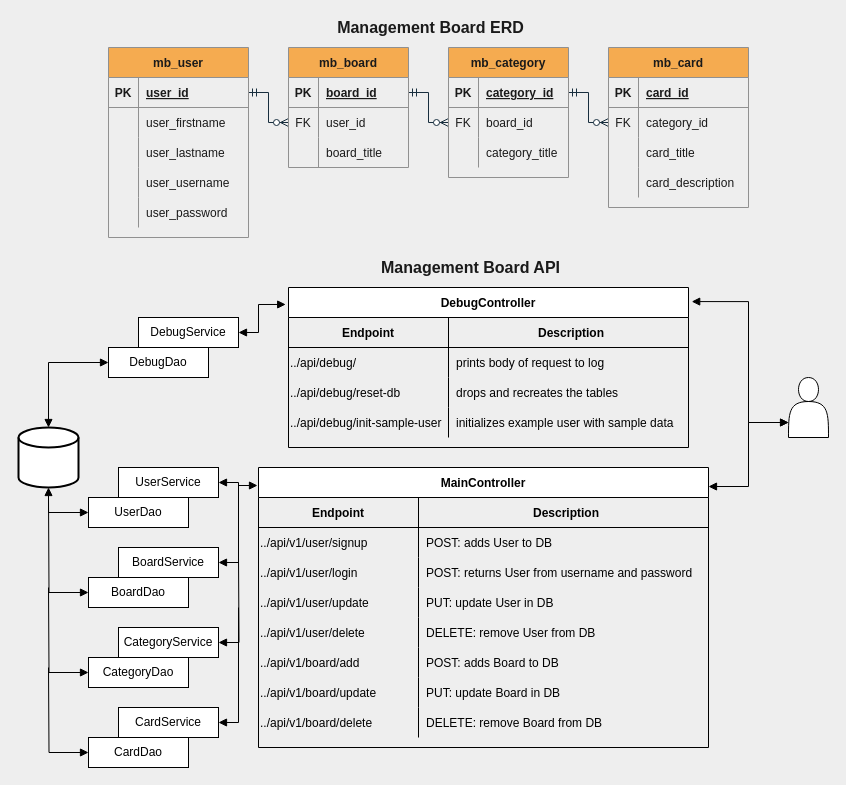
Earlier version of the draw.io diagram ManagementBoardBack/src/main/resources/db/erd.drawio (mjmbuilds/StagingManagementBoardProject). Source tidied: cells renumbered, new cells numbered last; positions are measured from the earlier drawing's top-left corner, leaving out a move shared by most shapes. Both pictures are drawn from the tidied source at 100%, with x=0, y=0 at pixel (18, 17).
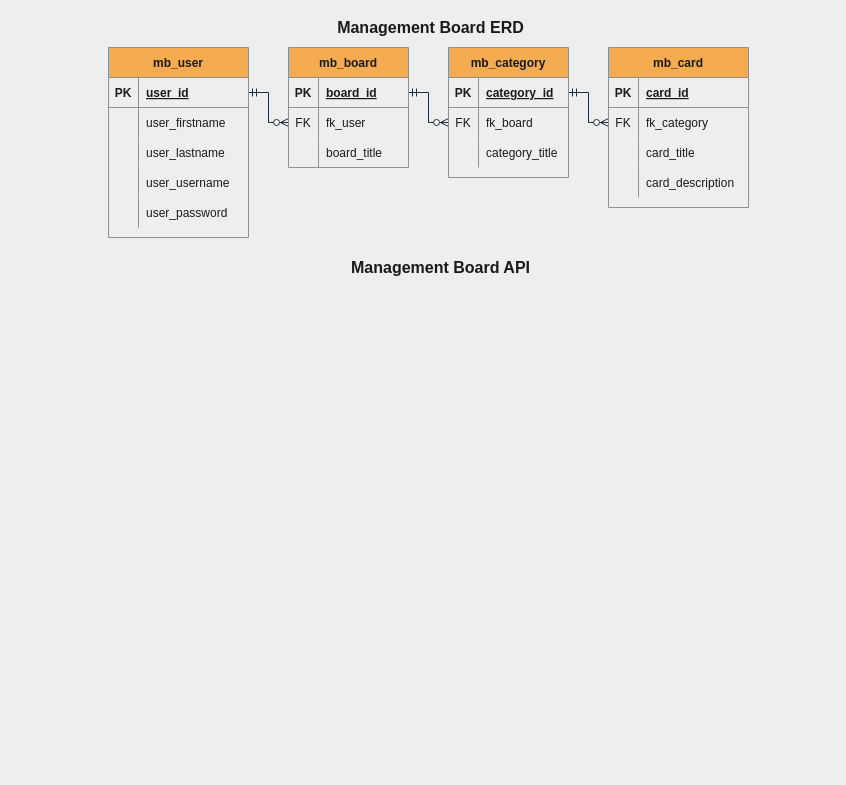
After the change.

The change refers to these unchanged cells:
```xml
<mxCell id="29" style="shape=partialRectangle;fillColor=none;top=0;left=0;bottom=0;right=0;points=[[0,0.5],[1,0.5]];portConstraint=eastwest;strokeColor=#909090;fontColor=#1A1A1A;" parent="25" vertex="1">
  <mxGeometry y="60" width="120" height="30" as="geometry" />
</mxCell>
<mxCell id="39" style="shape=partialRectangle;fillColor=none;top=0;left=0;bottom=0;right=0;points=[[0,0.5],[1,0.5]];portConstraint=eastwest;strokeColor=#909090;fontColor=#1A1A1A;" parent="35" vertex="1">
  <mxGeometry y="60" width="120" height="30" as="geometry" />
</mxCell>
<mxCell id="49" style="shape=partialRectangle;fillColor=none;top=0;left=0;bottom=0;right=0;points=[[0,0.5],[1,0.5]];portConstraint=eastwest;strokeColor=#909090;fontColor=#1A1A1A;" parent="45" vertex="1">
  <mxGeometry y="60" width="140" height="30" as="geometry" />
</mxCell>
```

Change to the diagram source:
```diff
@@
     <mxCell id="6" value="&lt;b&gt;&lt;font style=&quot;font-size: 16px&quot;&gt;Management Board API&lt;/font&gt;&lt;/b&gt;" style="text;html=1;strokeColor=none;fillColor=none;align=center;verticalAlign=middle;whiteSpace=wrap;rounded=0;sketch=0;fontColor=#1A1A1A;" parent="1" vertex="1">
-      <mxGeometry x="340" y="240" width="225" height="20" as="geometry" />
+      <mxGeometry x="310" y="240" width="225" height="20" as="geometry" />
     </mxCell>
-    <mxCell id="7" style="strokeWidth=2;html=1;shape=mxgraph.flowchart.database;whiteSpace=wrap;align=left;" parent="1" vertex="1">
-      <mxGeometry y="410" width="60" height="60" as="geometry" />
-    </mxCell>
-    <mxCell id="8" style="shape=actor;whiteSpace=wrap;html=1;align=left;" parent="1" vertex="1">
-      <mxGeometry x="770" y="360" width="40" height="60" as="geometry" />
-    </mxCell>
@@
-    <mxCell id="31" value="user_id" style="shape=partialRectangle;fillColor=none;top=0;left=0;bottom=0;right=0;align=left;spacingLeft=6;overflow=hidden;strokeColor=#909090;fontColor=#1A1A1A;" parent="29" vertex="1">
+    <mxCell id="31" value="fk_user" style="shape=partialRectangle;fillColor=none;top=0;left=0;bottom=0;right=0;align=left;spacingLeft=6;overflow=hidden;strokeColor=#909090;fontColor=#1A1A1A;" parent="29" vertex="1">
       <mxGeometry x="30" width="90" height="30" as="geometry" />
     </mxCell>
@@
-    <mxCell id="41" value="board_id" style="shape=partialRectangle;fillColor=none;top=0;left=0;bottom=0;right=0;align=left;spacingLeft=6;overflow=hidden;strokeColor=#909090;fontColor=#1A1A1A;" parent="39" vertex="1">
+    <mxCell id="41" value="fk_board" style="shape=partialRectangle;fillColor=none;top=0;left=0;bottom=0;right=0;align=left;spacingLeft=6;overflow=hidden;strokeColor=#909090;fontColor=#1A1A1A;" parent="39" vertex="1">
       <mxGeometry x="30" width="90" height="30" as="geometry" />
     </mxCell>
@@
-    <mxCell id="51" value="category_id" style="shape=partialRectangle;fillColor=none;top=0;left=0;bottom=0;right=0;align=left;spacingLeft=6;overflow=hidden;strokeColor=#909090;fontColor=#1A1A1A;" parent="49" vertex="1">
+    <mxCell id="51" value="fk_category" style="shape=partialRectangle;fillColor=none;top=0;left=0;bottom=0;right=0;align=left;spacingLeft=6;overflow=hidden;strokeColor=#909090;fontColor=#1A1A1A;" parent="49" vertex="1">
       <mxGeometry x="30" width="110" height="30" as="geometry" />
     </mxCell>
@@
-    <mxCell id="58" value="MainController" style="shape=table;startSize=30;childLayout=tableLayout;rowLines=0;fontStyle=1;align=center;" parent="1" vertex="1">
-      <mxGeometry x="240" y="450" width="450" height="280" as="geometry" />
-    </mxCell>
-    <mxCell id="59" style="shape=partialRectangle;fillColor=none;top=0;left=0;bottom=1;right=0;" parent="58" vertex="1">
-      <mxGeometry y="30" width="450" height="30" as="geometry" />
-    </mxCell>
-    <mxCell id="60" value="Endpoint" style="shape=partialRectangle;fillColor=none;top=0;left=0;bottom=0;right=0;fontStyle=1;overflow=hidden;" parent="59" vertex="1">
-      <mxGeometry width="160" height="30" as="geometry" />
-    </mxCell>
-    <mxCell id="61" value="Description" style="shape=partialRectangle;fillColor=none;top=0;left=0;bottom=0;right=0;align=center;spacingLeft=6;fontStyle=1;overflow=hidden;" parent="59" vertex="1">
-      <mxGeometry x="160" width="290" height="30" as="geometry" />
-    </mxCell>
-    <mxCell id="62" style="shape=partialRectangle;fillColor=none;top=0;left=0;bottom=0;right=0;" parent="58" vertex="1">
-      <mxGeometry y="60" width="450" height="30" as="geometry" />
-    </mxCell>
-    <mxCell id="63" value="../api/v1/user/signup" style="shape=partialRectangle;fillColor=none;top=0;left=0;bottom=0;right=0;overflow=hidden;align=left;" parent="62" vertex="1">
-      <mxGeometry width="160" height="30" as="geometry" />
-    </mxCell>
-    <mxCell id="64" value="POST: adds User to DB" style="shape=partialRectangle;fillColor=none;top=0;left=0;bottom=0;right=0;align=left;spacingLeft=6;overflow=hidden;" parent="62" vertex="1">
-      <mxGeometry x="160" width="290" height="30" as="geometry" />
-    </mxCell>
-    <mxCell id="65" style="shape=partialRectangle;fillColor=none;top=0;left=0;bottom=0;right=0;" parent="58" vertex="1">
-      <mxGeometry y="90" width="450" height="30" as="geometry" />
-    </mxCell>
-    <mxCell id="66" value="../api/v1/user/login" style="shape=partialRectangle;fillColor=none;top=0;left=0;bottom=0;right=0;overflow=hidden;align=left;" parent="65" vertex="1">
-      <mxGeometry width="160" height="30" as="geometry" />
-    </mxCell>
-    <mxCell id="67" value="POST: returns User from username and password" style="shape=partialRectangle;fillColor=none;top=0;left=0;bottom=0;right=0;align=left;spacingLeft=6;overflow=hidden;" parent="65" vertex="1">
-      <mxGeometry x="160" width="290" height="30" as="geometry" />
-    </mxCell>
-    <mxCell id="68" style="shape=partialRectangle;fillColor=none;top=0;left=0;bottom=0;right=0;" parent="58" vertex="1">
-      <mxGeometry y="120" width="450" height="30" as="geometry" />
-    </mxCell>
-    <mxCell id="69" value="../api/v1/user/update" style="shape=partialRectangle;fillColor=none;top=0;left=0;bottom=0;right=0;overflow=hidden;align=left;" parent="68" vertex="1">
-      <mxGeometry width="160" height="30" as="geometry" />
-    </mxCell>
-    <mxCell id="70" value="PUT: update User in DB" style="shape=partialRectangle;fillColor=none;top=0;left=0;bottom=0;right=0;align=left;spacingLeft=6;overflow=hidden;" parent="68" vertex="1">
-      <mxGeometry x="160" width="290" height="30" as="geometry" />
-    </mxCell>
-    <mxCell id="71" style="shape=partialRectangle;fillColor=none;top=0;left=0;bottom=0;right=0;" parent="58" vertex="1">
-      <mxGeometry y="150" width="450" height="30" as="geometry" />
-    </mxCell>
-    <mxCell id="72" value="../api/v1/user/delete" style="shape=partialRectangle;fillColor=none;top=0;left=0;bottom=0;right=0;overflow=hidden;align=left;" parent="71" vertex="1">
-      <mxGeometry width="160" height="30" as="geometry" />
-    </mxCell>
-    <mxCell id="73" value="DELETE: remove User from DB" style="shape=partialRectangle;fillColor=none;top=0;left=0;bottom=0;right=0;align=left;spacingLeft=6;overflow=hidden;" parent="71" vertex="1">
-      <mxGeometry x="160" width="290" height="30" as="geometry" />
-    </mxCell>
-    <mxCell id="74" style="shape=partialRectangle;fillColor=none;top=0;left=0;bottom=0;right=0;" parent="58" vertex="1">
-      <mxGeometry y="180" width="450" height="30" as="geometry" />
-    </mxCell>
-    <mxCell id="75" value="../api/v1/board/add" style="shape=partialRectangle;fillColor=none;top=0;left=0;bottom=0;right=0;overflow=hidden;align=left;" parent="74" vertex="1">
-      <mxGeometry width="160" height="30" as="geometry" />
-    </mxCell>
-    <mxCell id="76" value="POST: adds Board to DB" style="shape=partialRectangle;fillColor=none;top=0;left=0;bottom=0;right=0;align=left;spacingLeft=6;overflow=hidden;" parent="74" vertex="1">
-      <mxGeometry x="160" width="290" height="30" as="geometry" />
-    </mxCell>
-    <mxCell id="77" style="shape=partialRectangle;fillColor=none;top=0;left=0;bottom=0;right=0;" parent="58" vertex="1">
-      <mxGeometry y="210" width="450" height="30" as="geometry" />
-    </mxCell>
-    <mxCell id="78" value="../api/v1/board/update" style="shape=partialRectangle;fillColor=none;top=0;left=0;bottom=0;right=0;overflow=hidden;align=left;" parent="77" vertex="1">
-      <mxGeometry width="160" height="30" as="geometry" />
-    </mxCell>
-    <mxCell id="79" value="PUT: update Board in DB" style="shape=partialRectangle;fillColor=none;top=0;left=0;bottom=0;right=0;align=left;spacingLeft=6;overflow=hidden;" parent="77" vertex="1">
-      <mxGeometry x="160" width="290" height="30" as="geometry" />
-    </mxCell>
-    <mxCell id="80" style="shape=partialRectangle;fillColor=none;top=0;left=0;bottom=0;right=0;" parent="58" vertex="1">
-      <mxGeometry y="240" width="450" height="30" as="geometry" />
-    </mxCell>
-    <mxCell id="81" value="../api/v1/board/delete" style="shape=partialRectangle;fillColor=none;top=0;left=0;bottom=0;right=0;overflow=hidden;align=left;" parent="80" vertex="1">
-      <mxGeometry width="160" height="30" as="geometry" />
-    </mxCell>
-    <mxCell id="82" value="DELETE: remove Board from DB" style="shape=partialRectangle;fillColor=none;top=0;left=0;bottom=0;right=0;align=left;spacingLeft=6;overflow=hidden;" parent="80" vertex="1">
-      <mxGeometry x="160" width="290" height="30" as="geometry" />
-    </mxCell>
-    <mxCell id="83" style="edgeStyle=orthogonalEdgeStyle;rounded=0;jettySize=auto;html=1;exitX=1.008;exitY=0.088;exitDx=0;exitDy=0;entryX=0;entryY=0.75;entryDx=0;entryDy=0;exitPerimeter=0;startArrow=block;startFill=1;" parent="1" edge="1" source="102" target="8">
-      <mxGeometry relative="1" as="geometry">
-        <Array as="points">
-          <mxPoint x="730" y="284" />
-          <mxPoint x="730" y="405" />
-        </Array>
-      </mxGeometry>
-    </mxCell>
-    <mxCell id="84" style="edgeStyle=orthogonalEdgeStyle;rounded=0;jettySize=auto;html=1;exitX=1;exitY=0.068;exitDx=0;exitDy=0;exitPerimeter=0;entryX=0;entryY=0.75;entryDx=0;entryDy=0;startArrow=block;startFill=1;endArrow=block;endFill=1;" parent="1" edge="1" source="58" target="8">
-      <mxGeometry relative="1" as="geometry">
-        <Array as="points">
-          <mxPoint x="730" y="469" />
-          <mxPoint x="730" y="405" />
-        </Array>
-      </mxGeometry>
-    </mxCell>
-    <mxCell id="85" value="DebugService" style="whiteSpace=wrap;html=1;align=center;" parent="1" vertex="1">
-      <mxGeometry x="120" y="300" width="100" height="30" as="geometry" />
-    </mxCell>
-    <mxCell id="86" style="edgeStyle=orthogonalEdgeStyle;rounded=0;jettySize=auto;html=1;exitX=0;exitY=0.5;exitDx=0;exitDy=0;entryX=0.5;entryY=0;entryDx=0;entryDy=0;entryPerimeter=0;startArrow=block;startFill=1;endArrow=block;endFill=1;" parent="1" edge="1" source="87" target="7">
-      <mxGeometry relative="1" as="geometry" />
-    </mxCell>
-    <mxCell id="87" value="DebugDao" style="whiteSpace=wrap;html=1;align=center;" parent="1" vertex="1">
-      <mxGeometry x="90" y="330" width="100" height="30" as="geometry" />
-    </mxCell>
-    <mxCell id="88" value="UserService" style="whiteSpace=wrap;html=1;align=center;" parent="1" vertex="1">
-      <mxGeometry x="100" y="450" width="100" height="30" as="geometry" />
-    </mxCell>
-    <mxCell id="89" style="edgeStyle=orthogonalEdgeStyle;rounded=0;jettySize=auto;html=1;exitX=0;exitY=0.5;exitDx=0;exitDy=0;entryX=0.5;entryY=1;entryDx=0;entryDy=0;entryPerimeter=0;startArrow=block;startFill=1;endArrow=block;endFill=1;" parent="1" edge="1" source="90" target="7">
-      <mxGeometry relative="1" as="geometry" />
-    </mxCell>
-    <mxCell id="90" value="UserDao" style="whiteSpace=wrap;html=1;align=center;" parent="1" vertex="1">
-      <mxGeometry x="70" y="480" width="100" height="30" as="geometry" />
-    </mxCell>
-    <mxCell id="91" value="BoardService" style="whiteSpace=wrap;html=1;align=center;" parent="1" vertex="1">
-      <mxGeometry x="100" y="530" width="100" height="30" as="geometry" />
-    </mxCell>
-    <mxCell id="92" style="edgeStyle=orthogonalEdgeStyle;rounded=0;jettySize=auto;html=1;exitX=0;exitY=0.5;exitDx=0;exitDy=0;startArrow=block;startFill=1;endArrow=none;endFill=0;" parent="1" edge="1" source="93">
-      <mxGeometry relative="1" as="geometry">
-        <mxPoint x="30" y="480" as="targetPoint" />
-      </mxGeometry>
-    </mxCell>
-    <mxCell id="93" value="BoardDao" style="whiteSpace=wrap;html=1;align=center;" parent="1" vertex="1">
-      <mxGeometry x="70" y="560" width="100" height="30" as="geometry" />
-    </mxCell>
-    <mxCell id="94" style="edgeStyle=orthogonalEdgeStyle;rounded=0;jettySize=auto;html=1;exitX=1;exitY=0.5;exitDx=0;exitDy=0;startArrow=block;startFill=1;endArrow=none;endFill=0;" parent="1" edge="1" source="95">
-      <mxGeometry relative="1" as="geometry">
-        <mxPoint x="220" y="540" as="targetPoint" />
-      </mxGeometry>
-    </mxCell>
-    <mxCell id="95" value="CategoryService" style="whiteSpace=wrap;html=1;align=center;" parent="1" vertex="1">
-      <mxGeometry x="100" y="610" width="100" height="30" as="geometry" />
-    </mxCell>
-    <mxCell id="96" style="edgeStyle=orthogonalEdgeStyle;rounded=0;jettySize=auto;html=1;exitX=0;exitY=0.5;exitDx=0;exitDy=0;startArrow=block;startFill=1;endArrow=none;endFill=0;" parent="1" edge="1" source="97">
-      <mxGeometry relative="1" as="geometry">
-        <mxPoint x="30" y="570" as="targetPoint" />
-      </mxGeometry>
-    </mxCell>
-    <mxCell id="97" value="CategoryDao" style="whiteSpace=wrap;html=1;align=center;" parent="1" vertex="1">
-      <mxGeometry x="70" y="640" width="100" height="30" as="geometry" />
-    </mxCell>
-    <mxCell id="98" value="CardService" style="whiteSpace=wrap;html=1;align=center;" parent="1" vertex="1">
-      <mxGeometry x="100" y="690" width="100" height="30" as="geometry" />
-    </mxCell>
-    <mxCell id="99" style="edgeStyle=orthogonalEdgeStyle;rounded=0;jettySize=auto;html=1;exitX=0;exitY=0.5;exitDx=0;exitDy=0;startArrow=block;startFill=1;endArrow=none;endFill=0;" parent="1" edge="1" source="100">
-      <mxGeometry relative="1" as="geometry">
-        <mxPoint x="30" y="650" as="targetPoint" />
-      </mxGeometry>
-    </mxCell>
-    <mxCell id="100" value="CardDao" style="whiteSpace=wrap;html=1;align=center;" parent="1" vertex="1">
-      <mxGeometry x="70" y="720" width="100" height="30" as="geometry" />
-    </mxCell>
-    <mxCell id="101" style="edgeStyle=orthogonalEdgeStyle;rounded=0;jettySize=auto;html=1;exitX=-0.007;exitY=0.106;exitDx=0;exitDy=0;entryX=1;entryY=0.5;entryDx=0;entryDy=0;startArrow=block;startFill=1;endArrow=block;endFill=1;exitPerimeter=0;" parent="1" edge="1" source="102" target="85">
-      <mxGeometry relative="1" as="geometry">
-        <Array as="points">
-          <mxPoint x="240" y="287" />
-          <mxPoint x="240" y="315" />
-        </Array>
-      </mxGeometry>
-    </mxCell>
-    <mxCell id="102" value="DebugController" style="shape=table;startSize=30;childLayout=tableLayout;rowLines=0;fontStyle=1;align=center;" parent="1" vertex="1">
-      <mxGeometry x="270" y="270" width="400" height="160" as="geometry" />
-    </mxCell>
-    <mxCell id="103" style="shape=partialRectangle;fillColor=none;top=0;left=0;bottom=1;right=0;" parent="102" vertex="1">
-      <mxGeometry y="30" width="400" height="30" as="geometry" />
-    </mxCell>
-    <mxCell id="104" value="Endpoint" style="shape=partialRectangle;fillColor=none;top=0;left=0;bottom=0;right=0;fontStyle=1;overflow=hidden;" parent="103" vertex="1">
-      <mxGeometry width="160" height="30" as="geometry" />
-    </mxCell>
-    <mxCell id="105" value="Description" style="shape=partialRectangle;fillColor=none;top=0;left=0;bottom=0;right=0;align=center;spacingLeft=6;fontStyle=1;overflow=hidden;" parent="103" vertex="1">
-      <mxGeometry x="160" width="240" height="30" as="geometry" />
-    </mxCell>
-    <mxCell id="106" style="shape=partialRectangle;fillColor=none;top=0;left=0;bottom=0;right=0;" parent="102" vertex="1">
-      <mxGeometry y="60" width="400" height="30" as="geometry" />
-    </mxCell>
-    <mxCell id="107" value="../api/debug/" style="shape=partialRectangle;fillColor=none;top=0;left=0;bottom=0;right=0;overflow=hidden;align=left;" parent="106" vertex="1">
-      <mxGeometry width="160" height="30" as="geometry" />
-    </mxCell>
-    <mxCell id="108" value="prints body of request to log" style="shape=partialRectangle;fillColor=none;top=0;left=0;bottom=0;right=0;align=left;spacingLeft=6;overflow=hidden;" parent="106" vertex="1">
-      <mxGeometry x="160" width="240" height="30" as="geometry" />
-    </mxCell>
-    <mxCell id="109" style="shape=partialRectangle;fillColor=none;top=0;left=0;bottom=0;right=0;" parent="102" vertex="1">
-      <mxGeometry y="90" width="400" height="30" as="geometry" />
-    </mxCell>
-    <mxCell id="110" value="../api/debug/reset-db" style="shape=partialRectangle;fillColor=none;top=0;left=0;bottom=0;right=0;overflow=hidden;align=left;" parent="109" vertex="1">
-      <mxGeometry width="160" height="30" as="geometry" />
-    </mxCell>
-    <mxCell id="111" value="drops and recreates the tables" style="shape=partialRectangle;fillColor=none;top=0;left=0;bottom=0;right=0;align=left;spacingLeft=6;overflow=hidden;" parent="109" vertex="1">
-      <mxGeometry x="160" width="240" height="30" as="geometry" />
-    </mxCell>
-    <mxCell id="112" style="shape=partialRectangle;fillColor=none;top=0;left=0;bottom=0;right=0;" parent="102" vertex="1">
-      <mxGeometry y="120" width="400" height="30" as="geometry" />
-    </mxCell>
-    <mxCell id="113" value="../api/debug/init-sample-user" style="shape=partialRectangle;fillColor=none;top=0;left=0;bottom=0;right=0;overflow=hidden;align=left;" parent="112" vertex="1">
-      <mxGeometry width="160" height="30" as="geometry" />
-    </mxCell>
-    <mxCell id="114" value="initializes example user with sample data" style="shape=partialRectangle;fillColor=none;top=0;left=0;bottom=0;right=0;align=left;spacingLeft=6;overflow=hidden;" parent="112" vertex="1">
-      <mxGeometry x="160" width="240" height="30" as="geometry" />
-    </mxCell>
-    <mxCell id="115" style="edgeStyle=orthogonalEdgeStyle;rounded=0;jettySize=auto;html=1;entryX=1;entryY=0.5;entryDx=0;entryDy=0;startArrow=none;startFill=0;endArrow=block;endFill=1;" parent="1" edge="1" target="88">
-      <mxGeometry relative="1" as="geometry">
-        <mxPoint x="220" y="480" as="sourcePoint" />
-        <Array as="points">
-          <mxPoint x="220" y="465" />
-        </Array>
-      </mxGeometry>
-    </mxCell>
-    <mxCell id="116" style="edgeStyle=orthogonalEdgeStyle;rounded=0;jettySize=auto;html=1;entryX=1;entryY=0.5;entryDx=0;entryDy=0;startArrow=block;startFill=1;endArrow=block;endFill=1;" parent="1" edge="1" target="91">
-      <mxGeometry relative="1" as="geometry">
-        <mxPoint x="239" y="468" as="sourcePoint" />
-        <Array as="points">
-          <mxPoint x="220" y="468" />
-          <mxPoint x="220" y="545" />
-        </Array>
-      </mxGeometry>
-    </mxCell>
-    <mxCell id="117" style="edgeStyle=orthogonalEdgeStyle;rounded=0;jettySize=auto;html=1;entryX=1;entryY=0.5;entryDx=0;entryDy=0;startArrow=none;startFill=0;endArrow=block;endFill=1;" parent="1" edge="1" target="98">
-      <mxGeometry relative="1" as="geometry">
-        <mxPoint x="220" y="590" as="sourcePoint" />
-        <Array as="points">
-          <mxPoint x="220" y="705" />
-        </Array>
-      </mxGeometry>
-    </mxCell>
```
